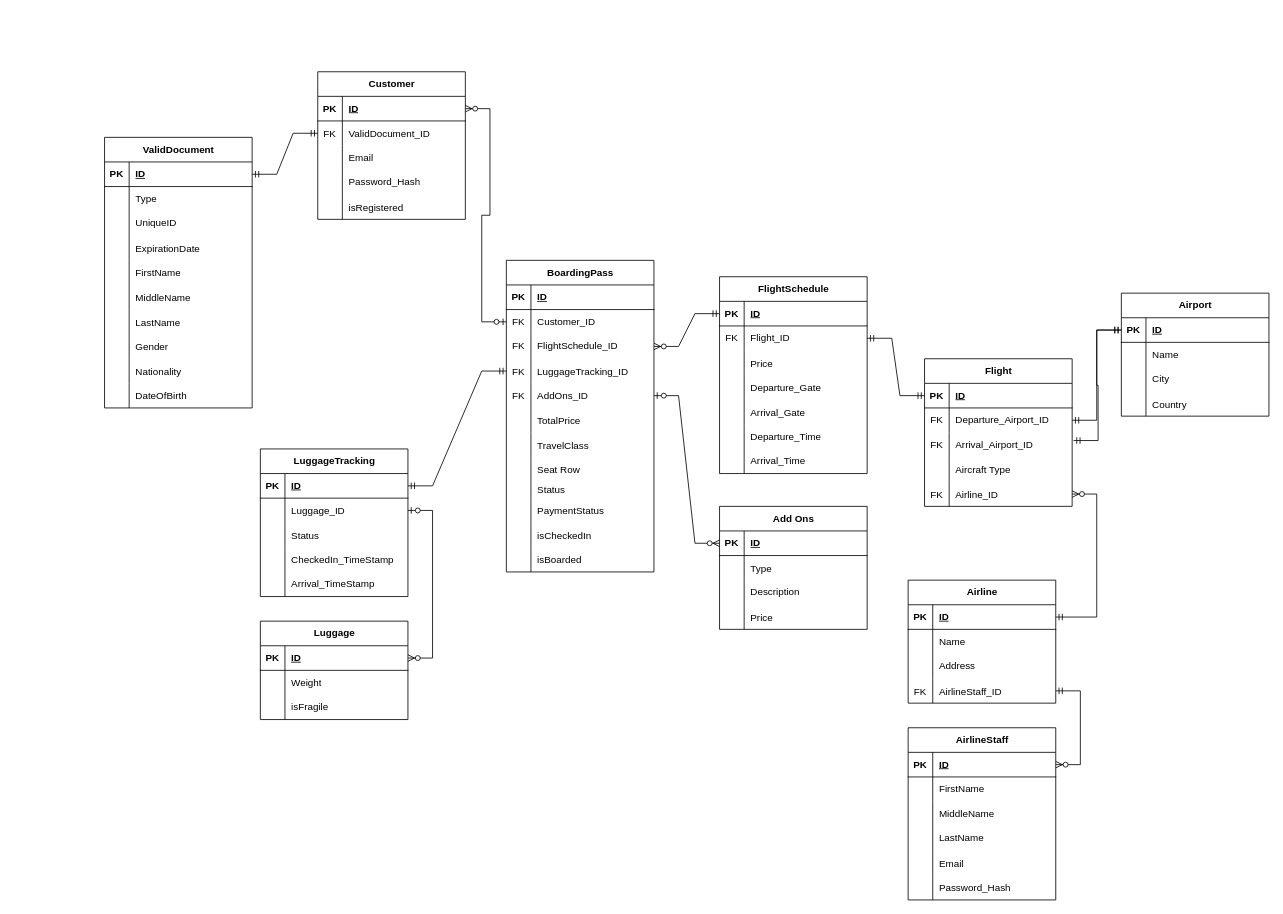
Before: Untitled Diagram.drawio in monterdekeanu/monterdekeanu, a draw.io diagram. Source tidied: cells renumbered, new cells numbered last; positions are measured from the earlier drawing's top-left corner, leaving out a move shared by most shapes. Both pictures are drawn from the tidied source at 82%, with x=0, y=0 at pixel (104, 71).
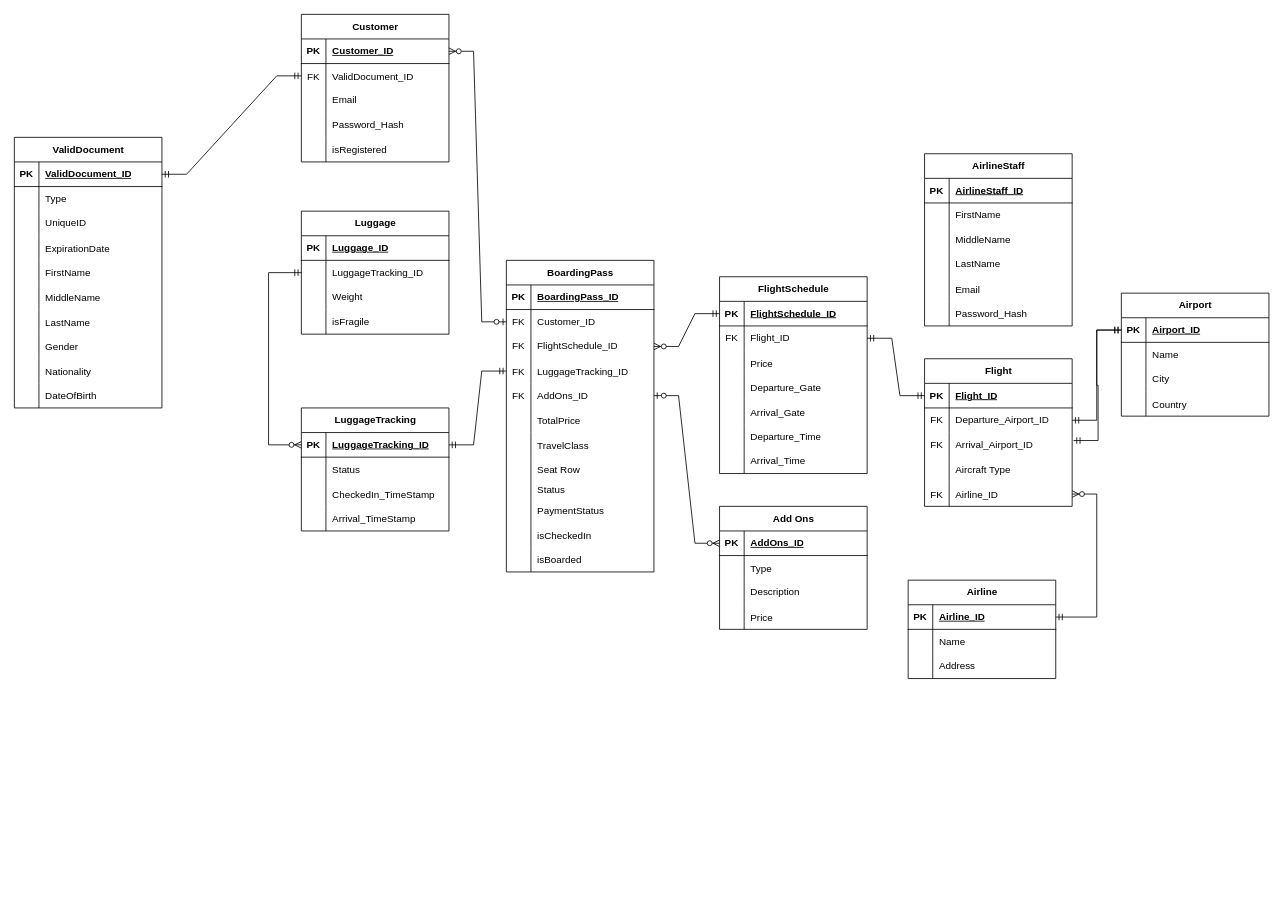
The same diagram, later.

Unchanged cells that the change refers to:
```xml
<mxCell id="3" style="shape=tableRow;horizontal=0;startSize=0;swimlaneHead=0;swimlaneBody=0;fillColor=none;points=[[0,0.5],[1,0.5]];portConstraint=eastwest;top=0;left=0;right=0;bottom=1;" parent="2" vertex="1">
  <mxGeometry y="30" width="180" height="30" as="geometry" />
</mxCell>
<mxCell id="19" style="shape=tableRow;horizontal=0;startSize=0;swimlaneHead=0;swimlaneBody=0;fillColor=none;top=0;left=0;right=0;bottom=1;" parent="18" vertex="1">
  <mxGeometry y="30" width="180" height="30" as="geometry" />
</mxCell>
<mxCell id="56" style="shape=tableRow;horizontal=0;startSize=0;swimlaneHead=0;swimlaneBody=0;fillColor=none;points=[[0,0.5],[1,0.5]];portConstraint=eastwest;top=0;left=0;right=0;bottom=1;" parent="55" vertex="1">
  <mxGeometry y="30" width="180" height="30" as="geometry" />
</mxCell>
<mxCell id="78" style="shape=tableRow;horizontal=0;startSize=0;swimlaneHead=0;swimlaneBody=0;fillColor=none;points=[[0,0.5],[1,0.5]];portConstraint=eastwest;top=0;left=0;right=0;bottom=1;" parent="77" vertex="1">
  <mxGeometry y="30" width="180" height="30" as="geometry" />
</mxCell>
<mxCell id="94" style="shape=tableRow;horizontal=0;startSize=0;swimlaneHead=0;swimlaneBody=0;fillColor=none;points=[[0,0.5],[1,0.5]];portConstraint=eastwest;top=0;left=0;right=0;bottom=1;" parent="93" vertex="1">
  <mxGeometry y="30" width="180" height="30" as="geometry" />
</mxCell>
<mxCell id="110" style="shape=tableRow;horizontal=0;startSize=0;swimlaneHead=0;swimlaneBody=0;fillColor=none;points=[[0,0.5],[1,0.5]];portConstraint=eastwest;top=0;left=0;right=0;bottom=1;" parent="109" vertex="1">
  <mxGeometry y="30" width="180" height="30" as="geometry" />
</mxCell>
<mxCell id="123" style="shape=tableRow;horizontal=0;startSize=0;swimlaneHead=0;swimlaneBody=0;fillColor=none;points=[[0,0.5],[1,0.5]];portConstraint=eastwest;top=0;left=0;right=0;bottom=1;" parent="122" vertex="1">
  <mxGeometry y="30" width="180" height="30" as="geometry" />
</mxCell>
<mxCell id="139" style="shape=tableRow;horizontal=0;startSize=0;swimlaneHead=0;swimlaneBody=0;fillColor=none;points=[[0,0.5],[1,0.5]];portConstraint=eastwest;top=0;left=0;right=0;bottom=1;" parent="138" vertex="1">
  <mxGeometry y="30" width="180" height="30" as="geometry" />
</mxCell>
<mxCell id="154" style="shape=tableRow;horizontal=0;startSize=0;swimlaneHead=0;swimlaneBody=0;fillColor=none;points=[[0,0.5],[1,0.5]];portConstraint=eastwest;top=0;left=0;right=0;bottom=1;" parent="153" vertex="1">
  <mxGeometry y="30" width="180" height="30" as="geometry" />
</mxCell>
<mxCell id="173" style="shape=tableRow;horizontal=0;startSize=0;swimlaneHead=0;swimlaneBody=0;fillColor=none;points=[[0,0.5],[1,0.5]];portConstraint=eastwest;top=0;left=0;right=0;bottom=1;" parent="172" vertex="1">
  <mxGeometry y="30" width="180" height="30" as="geometry" />
</mxCell>
<mxCell id="188" style="shape=tableRow;horizontal=0;startSize=0;swimlaneHead=0;swimlaneBody=0;fillColor=none;points=[[0,0.5],[1,0.5]];portConstraint=eastwest;top=0;left=0;right=0;bottom=1;" parent="187" vertex="1">
  <mxGeometry y="30" width="180" height="30" as="geometry" />
</mxCell>
```

Diff of the diagram source:
```diff
@@
     <mxCell id="2" value="Customer" style="shape=table;startSize=30;childLayout=tableLayout;rowLines=0;fontStyle=1;align=center;html=1;" parent="1" vertex="1">
-      <mxGeometry x="260" width="180" height="180" as="geometry" />
+      <mxGeometry x="240" y="-70" width="180" height="180" as="geometry" />
     </mxCell>
@@
-    <mxCell id="5" value="ID" style="shape=partialRectangle;fillColor=none;top=0;left=0;bottom=0;right=0;align=left;spacingLeft=6;fontStyle=5;overflow=hidden;whiteSpace=wrap;html=1;" parent="3" vertex="1">
+    <mxCell id="5" value="Customer_ID" style="shape=partialRectangle;fillColor=none;top=0;left=0;bottom=0;right=0;align=left;spacingLeft=6;fontStyle=5;overflow=hidden;whiteSpace=wrap;html=1;" parent="3" vertex="1">
       <mxGeometry x="30" width="150" height="30" as="geometry" />
     </mxCell>
@@
-    <mxCell id="21" value="ID" style="shape=partialRectangle;fillColor=none;top=0;left=0;bottom=0;right=0;align=left;spacingLeft=6;fontStyle=5;overflow=hidden;whiteSpace=wrap;html=1;" parent="19" vertex="1">
+    <mxCell id="21" value="BoardingPass_ID" style="shape=partialRectangle;fillColor=none;top=0;left=0;bottom=0;right=0;align=left;spacingLeft=6;fontStyle=5;overflow=hidden;whiteSpace=wrap;html=1;" parent="19" vertex="1">
       <mxGeometry x="30" width="150" height="30" as="geometry" />
     </mxCell>
@@
-    <mxCell id="58" value="ID" style="shape=partialRectangle;fillColor=none;top=0;left=0;bottom=0;right=0;align=left;spacingLeft=6;fontStyle=5;overflow=hidden;whiteSpace=wrap;html=1;" parent="56" vertex="1">
+    <mxCell id="58" value="FlightSchedule_ID" style="shape=partialRectangle;fillColor=none;top=0;left=0;bottom=0;right=0;align=left;spacingLeft=6;fontStyle=5;overflow=hidden;whiteSpace=wrap;html=1;" parent="56" vertex="1">
       <mxGeometry x="30" width="150" height="30" as="geometry" />
     </mxCell>
@@
-    <mxCell id="80" value="ID" style="shape=partialRectangle;fillColor=none;top=0;left=0;bottom=0;right=0;align=left;spacingLeft=6;fontStyle=5;overflow=hidden;whiteSpace=wrap;html=1;" parent="78" vertex="1">
+    <mxCell id="80" value="Flight_ID" style="shape=partialRectangle;fillColor=none;top=0;left=0;bottom=0;right=0;align=left;spacingLeft=6;fontStyle=5;overflow=hidden;whiteSpace=wrap;html=1;" parent="78" vertex="1">
       <mxGeometry x="30" width="150" height="30" as="geometry" />
     </mxCell>
@@
     <mxCell id="93" value="LuggageTracking" style="shape=table;startSize=30;childLayout=tableLayout;rowLines=0;fontStyle=1;align=center;html=1;" parent="1" vertex="1">
-      <mxGeometry x="190" y="460" width="180" height="180" as="geometry" />
+      <mxGeometry x="240" y="410" width="180" height="150" as="geometry" />
     </mxCell>
@@
-    <mxCell id="96" value="ID" style="shape=partialRectangle;fillColor=none;top=0;left=0;bottom=0;right=0;align=left;spacingLeft=6;fontStyle=5;overflow=hidden;whiteSpace=wrap;html=1;" parent="94" vertex="1">
+    <mxCell id="96" value="LuggageTracking_ID" style="shape=partialRectangle;fillColor=none;top=0;left=0;bottom=0;right=0;align=left;spacingLeft=6;fontStyle=5;overflow=hidden;whiteSpace=wrap;html=1;" parent="94" vertex="1">
       <mxGeometry x="30" width="150" height="30" as="geometry" />
     </mxCell>
-    <mxCell id="97" style="shape=tableRow;horizontal=0;startSize=0;swimlaneHead=0;swimlaneBody=0;fillColor=none;points=[[0,0.5],[1,0.5]];portConstraint=eastwest;top=0;left=0;right=0;bottom=0;" parent="93" vertex="1">
-      <mxGeometry y="60" width="180" height="30" as="geometry" />
-    </mxCell>
-    <mxCell id="98" style="shape=partialRectangle;fillColor=none;top=0;left=0;bottom=0;right=0;overflow=hidden;" parent="97" vertex="1">
-      <mxGeometry width="30" height="30" as="geometry" />
-    </mxCell>
-    <mxCell id="99" value="Luggage_ID" style="shape=partialRectangle;fillColor=none;top=0;left=0;bottom=0;right=0;align=left;spacingLeft=6;overflow=hidden;" parent="97" vertex="1">
-      <mxGeometry x="30" width="150" height="30" as="geometry" />
-    </mxCell>
     <mxCell id="100" style="shape=tableRow;horizontal=0;startSize=0;swimlaneHead=0;swimlaneBody=0;fillColor=none;top=0;left=0;right=0;bottom=0;" parent="93" vertex="1">
-      <mxGeometry y="90" width="180" height="30" as="geometry" />
+      <mxGeometry y="60" width="180" height="30" as="geometry" />
     </mxCell>
@@
     <mxCell id="103" style="shape=tableRow;horizontal=0;startSize=0;swimlaneHead=0;swimlaneBody=0;fillColor=none;top=0;left=0;right=0;bottom=0;" parent="93" vertex="1">
-      <mxGeometry y="120" width="180" height="30" as="geometry" />
+      <mxGeometry y="90" width="180" height="30" as="geometry" />
     </mxCell>
@@
     <mxCell id="106" style="shape=tableRow;horizontal=0;startSize=0;swimlaneHead=0;swimlaneBody=0;fillColor=none;top=0;left=0;right=0;bottom=0;" parent="93" vertex="1">
-      <mxGeometry y="150" width="180" height="30" as="geometry" />
+      <mxGeometry y="120" width="180" height="30" as="geometry" />
     </mxCell>
@@
-    <mxCell id="112" value="ID" style="shape=partialRectangle;fillColor=none;top=0;left=0;bottom=0;right=0;align=left;spacingLeft=6;fontStyle=5;overflow=hidden;whiteSpace=wrap;html=1;" parent="110" vertex="1">
+    <mxCell id="112" value="Airport_ID" style="shape=partialRectangle;fillColor=none;top=0;left=0;bottom=0;right=0;align=left;spacingLeft=6;fontStyle=5;overflow=hidden;whiteSpace=wrap;html=1;" parent="110" vertex="1">
       <mxGeometry x="30" width="150" height="30" as="geometry" />
     </mxCell>
@@
-    <mxCell id="125" value="ID" style="shape=partialRectangle;fillColor=none;top=0;left=0;bottom=0;right=0;align=left;spacingLeft=6;fontStyle=5;overflow=hidden;whiteSpace=wrap;html=1;" parent="123" vertex="1">
+    <mxCell id="125" value="AddOns_ID" style="shape=partialRectangle;fillColor=none;top=0;left=0;bottom=0;right=0;align=left;spacingLeft=6;fontStyle=5;overflow=hidden;whiteSpace=wrap;html=1;" parent="123" vertex="1">
       <mxGeometry x="30" width="150" height="30" as="geometry" />
     </mxCell>
@@
     <mxCell id="138" value="Luggage" style="shape=table;startSize=30;childLayout=tableLayout;rowLines=0;fontStyle=1;align=center;html=1;" parent="1" vertex="1">
-      <mxGeometry x="190" y="670" width="180" height="120" as="geometry" />
+      <mxGeometry x="240" y="170" width="180" height="150" as="geometry" />
     </mxCell>
@@
-    <mxCell id="141" value="ID" style="shape=partialRectangle;fillColor=none;top=0;left=0;bottom=0;right=0;align=left;spacingLeft=6;fontStyle=5;overflow=hidden;whiteSpace=wrap;html=1;" parent="139" vertex="1">
+    <mxCell id="141" value="Luggage_ID" style="shape=partialRectangle;fillColor=none;top=0;left=0;bottom=0;right=0;align=left;spacingLeft=6;fontStyle=5;overflow=hidden;whiteSpace=wrap;html=1;" parent="139" vertex="1">
       <mxGeometry x="30" width="150" height="30" as="geometry" />
     </mxCell>
+    <mxCell id="97" style="shape=tableRow;horizontal=0;startSize=0;swimlaneHead=0;swimlaneBody=0;fillColor=none;points=[[0,0.5],[1,0.5]];portConstraint=eastwest;top=0;left=0;right=0;bottom=0;" parent="138" vertex="1">
+      <mxGeometry y="60" width="180" height="30" as="geometry" />
+    </mxCell>
+    <mxCell id="98" style="shape=partialRectangle;fillColor=none;top=0;left=0;bottom=0;right=0;overflow=hidden;" parent="97" vertex="1">
+      <mxGeometry width="30" height="30" as="geometry" />
+    </mxCell>
+    <mxCell id="219" value="LuggageTracking_ID" style="shape=partialRectangle;fillColor=none;top=0;left=0;bottom=0;right=0;align=left;spacingLeft=6;overflow=hidden;" parent="97" vertex="1">
+      <mxGeometry x="30" width="150" height="30" as="geometry" />
+    </mxCell>
     <mxCell id="142" style="shape=tableRow;horizontal=0;startSize=0;swimlaneHead=0;swimlaneBody=0;fillColor=none;top=0;left=0;right=0;bottom=0;" parent="138" vertex="1">
-      <mxGeometry y="60" width="180" height="30" as="geometry" />
+      <mxGeometry y="90" width="180" height="30" as="geometry" />
     </mxCell>
@@
     <mxCell id="145" style="shape=tableRow;horizontal=0;startSize=0;swimlaneHead=0;swimlaneBody=0;fillColor=none;top=0;left=0;right=0;bottom=0;" parent="138" vertex="1">
-      <mxGeometry y="90" width="180" height="30" as="geometry" />
+      <mxGeometry y="120" width="180" height="30" as="geometry" />
     </mxCell>
@@
-    <mxCell id="150" style="edgeStyle=entityRelationEdgeStyle;fontSize=12;html=1;endArrow=ERzeroToMany;startArrow=ERzeroToOne;rounded=0;exitX=1;exitY=0.5;exitDx=0;exitDy=0;" parent="1" edge="1" source="97" target="139">
-      <mxGeometry relative="1" as="geometry" />
-    </mxCell>
@@
     <mxCell id="153" value="AirlineStaff" style="shape=table;startSize=30;childLayout=tableLayout;rowLines=0;fontStyle=1;align=center;html=1;" parent="1" vertex="1">
-      <mxGeometry x="980" y="800" width="180" height="210" as="geometry" />
+      <mxGeometry x="1000" y="100" width="180" height="210" as="geometry" />
     </mxCell>
@@
-    <mxCell id="156" value="ID" style="shape=partialRectangle;fillColor=none;top=0;left=0;bottom=0;right=0;align=left;spacingLeft=6;fontStyle=5;overflow=hidden;whiteSpace=wrap;html=1;" parent="154" vertex="1">
+    <mxCell id="156" value="AirlineStaff_ID" style="shape=partialRectangle;fillColor=none;top=0;left=0;bottom=0;right=0;align=left;spacingLeft=6;fontStyle=5;overflow=hidden;whiteSpace=wrap;html=1;" parent="154" vertex="1">
       <mxGeometry x="30" width="150" height="30" as="geometry" />
     </mxCell>
@@
     <mxCell id="172" value="Airline" style="shape=table;startSize=30;childLayout=tableLayout;rowLines=0;fontStyle=1;align=center;html=1;" parent="1" vertex="1">
-      <mxGeometry x="980" y="620" width="180" height="150" as="geometry" />
+      <mxGeometry x="980" y="620" width="180" height="120" as="geometry" />
     </mxCell>
@@
-    <mxCell id="175" value="ID" style="shape=partialRectangle;fillColor=none;top=0;left=0;bottom=0;right=0;align=left;spacingLeft=6;fontStyle=5;overflow=hidden;whiteSpace=wrap;html=1;" parent="173" vertex="1">
+    <mxCell id="175" value="Airline_ID" style="shape=partialRectangle;fillColor=none;top=0;left=0;bottom=0;right=0;align=left;spacingLeft=6;fontStyle=5;overflow=hidden;whiteSpace=wrap;html=1;" parent="173" vertex="1">
       <mxGeometry x="30" width="150" height="30" as="geometry" />
     </mxCell>
@@
-    <mxCell id="182" style="shape=tableRow;horizontal=0;startSize=0;swimlaneHead=0;swimlaneBody=0;fillColor=none;points=[[0,0.5],[1,0.5]];portConstraint=eastwest;top=0;left=0;right=0;bottom=0;" parent="172" vertex="1">
-      <mxGeometry y="120" width="180" height="30" as="geometry" />
-    </mxCell>
-    <mxCell id="183" value="FK" style="shape=partialRectangle;fillColor=none;top=0;left=0;bottom=0;right=0;overflow=hidden;" parent="182" vertex="1">
-      <mxGeometry width="30" height="30" as="geometry" />
-    </mxCell>
-    <mxCell id="184" value="AirlineStaff_ID" style="shape=partialRectangle;fillColor=none;top=0;left=0;bottom=0;right=0;align=left;spacingLeft=6;overflow=hidden;" parent="182" vertex="1">
-      <mxGeometry x="30" width="150" height="30" as="geometry" />
-    </mxCell>
-    <mxCell id="185" style="edgeStyle=entityRelationEdgeStyle;fontSize=12;html=1;endArrow=ERzeroToMany;startArrow=ERmandOne;rounded=0;exitX=1;exitY=0.5;exitDx=0;exitDy=0;" parent="1" edge="1" source="182" target="154">
-      <mxGeometry relative="1" as="geometry" />
-    </mxCell>
@@
     <mxCell id="187" value="ValidDocument" style="shape=table;startSize=30;childLayout=tableLayout;rowLines=0;fontStyle=1;align=center;html=1;" parent="1" vertex="1">
-      <mxGeometry y="80" width="180" height="330" as="geometry" />
+      <mxGeometry x="-110" y="80" width="180" height="330" as="geometry" />
     </mxCell>
@@
-    <mxCell id="190" value="ID" style="shape=partialRectangle;fillColor=none;top=0;left=0;bottom=0;right=0;align=left;spacingLeft=6;fontStyle=5;overflow=hidden;whiteSpace=wrap;html=1;" parent="188" vertex="1">
+    <mxCell id="190" value="ValidDocument_ID" style="shape=partialRectangle;fillColor=none;top=0;left=0;bottom=0;right=0;align=left;spacingLeft=6;fontStyle=5;overflow=hidden;whiteSpace=wrap;html=1;" parent="188" vertex="1">
       <mxGeometry x="30" width="150" height="30" as="geometry" />
     </mxCell>
@@
+    <mxCell id="220" style="edgeStyle=orthogonalEdgeStyle;fontSize=12;html=1;endArrow=ERzeroToMany;startArrow=ERmandOne;rounded=0;exitX=0;exitY=0.5;exitDx=0;exitDy=0;entryX=0;entryY=0.5;entryDx=0;entryDy=0;" parent="1" edge="1" source="97" target="94">
+      <mxGeometry relative="1" as="geometry">
+        <Array as="points">
+          <mxPoint x="200" y="245" />
+          <mxPoint x="200" y="455" />
+        </Array>
+      </mxGeometry>
+    </mxCell>
```
